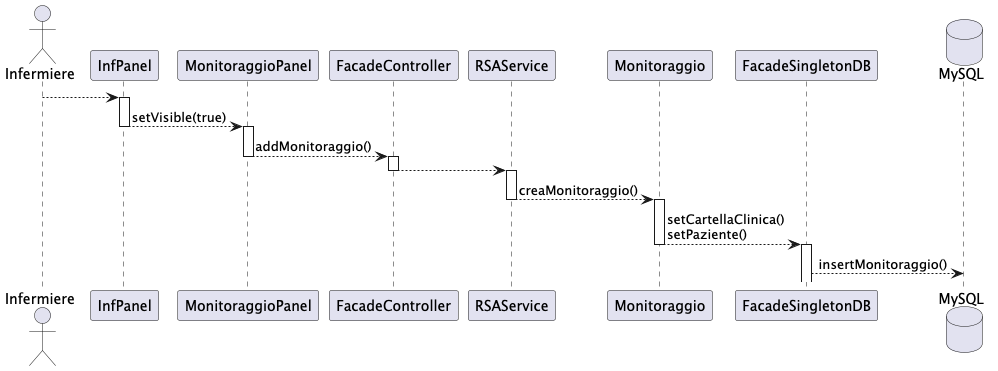
Earlier version of the PlantUML export docs/Diagrammi di sequenza/DiagrammaSequenzaMonitoraggio.png (CareConnect-Pro/Progetto-Java).
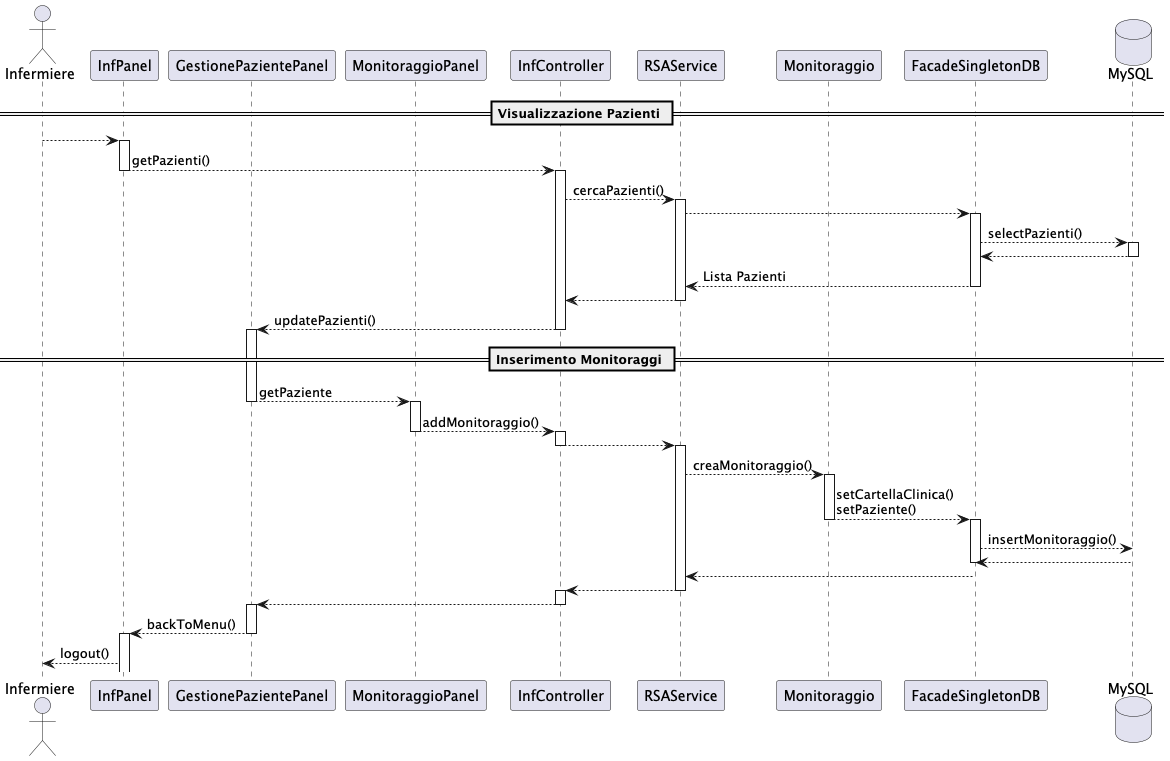
Later version of the same file.

Commit message:
Aggiornamento Diagramma di seqeunza Monitoraggio

What changed in the source:
```diff
@@ -1,32 +1,70 @@
 @startuml
 actor Infermiere
 participant InfPanel
+participant GestionePazientePanel
 participant MonitoraggioPanel
-participant FacadeController
+participant InfController
 participant RSAService
 participant Monitoraggio
 participant FacadeSingletonDB
 database MySQL
 
+== Visualizzazione Pazienti ==
 Infermiere --> InfPanel
 activate InfPanel
-InfPanel --> MonitoraggioPanel : setVisible(true)
+InfPanel --> InfController : getPazienti()
 deactivate InfPanel
+activate InfController
+InfController --> RSAService : cercaPazienti()
+activate RSAService
+RSAService --> FacadeSingletonDB
+activate FacadeSingletonDB
+FacadeSingletonDB --> MySQL : selectPazienti()
+activate MySQL
+MySQL --> FacadeSingletonDB
+deactivate MySQL
+FacadeSingletonDB --> RSAService : Lista Pazienti
+deactivate FacadeSingletonDB
+RSAService --> InfController
+deactivate RSAService
+InfController --> GestionePazientePanel : updatePazienti()
+deactivate InfController
+activate GestionePazientePanel
+
+
+== Inserimento Monitoraggi ==
+
+GestionePazientePanel--> MonitoraggioPanel : getPaziente
+deactivate GestionePazientePanel
 activate MonitoraggioPanel
-MonitoraggioPanel --> FacadeController : addMonitoraggio()
+MonitoraggioPanel --> InfController : addMonitoraggio()
 deactivate MonitoraggioPanel
-activate FacadeController
-FacadeController --> RSAService
-deactivate FacadeController
+activate InfController
+InfController --> RSAService
+deactivate InfController
 activate RSAService
 RSAService --> Monitoraggio : creaMonitoraggio()
-deactivate RSAService
+
 activate Monitoraggio
 Monitoraggio --> FacadeSingletonDB : setCartellaClinica()\nsetPaziente()
 deactivate Monitoraggio
 activate FacadeSingletonDB
+FacadeSingletonDB --> MySQL : insertMonitoraggio()
+MySQL --> FacadeSingletonDB
+deactivate FacadeSingletonDB
+FacadeSingletonDB --> RSAService
+RSAService --> InfController
+deactivate RSAService
+activate InfController
+InfController -->GestionePazientePanel
+deactivate InfController
+activate GestionePazientePanel
+GestionePazientePanel --> InfPanel : backToMenu()
+deactivate GestionePazientePanel
+activate InfPanel
+InfPanel --> Infermiere : logout()
 
-FacadeSingletonDB --> MySQL : insertMonitoraggio()
+
 
 
 @enduml
```
